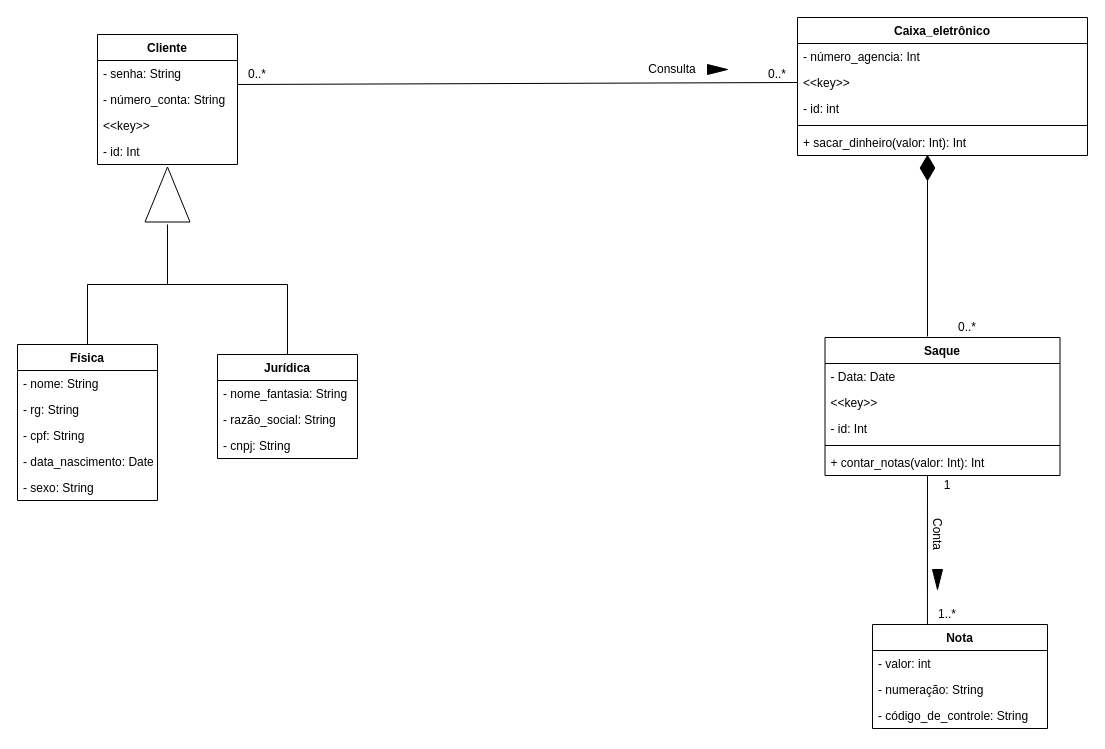
RafaIzu/desafio keeps this draw.io diagram as diagramas/diagrama_questao2.drawio. Above is the earlier version. Source tidied: cells renumbered, new cells numbered last; positions are measured from the earlier drawing's top-left corner, leaving out a move shared by most shapes. Both pictures are drawn from the tidied source at 100%, with x=0, y=0 at pixel (17, 17).
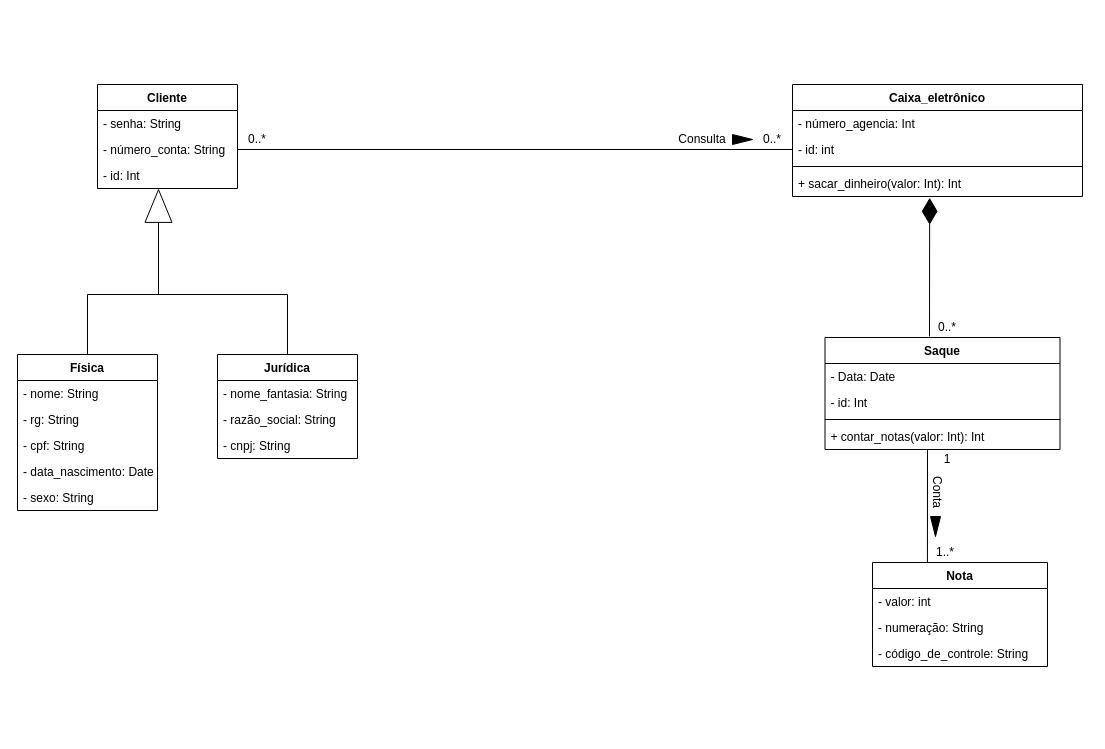
The same diagram, later.

Change to the diagram source:
```diff
@@
-    <mxCell id="2" style="triangle;whiteSpace=wrap;html=1;rotation=-90;" parent="1" vertex="1">
-      <mxGeometry x="122.5" y="154.5" width="55" height="45" as="geometry" />
-    </mxCell>
+    <mxCell id="50" style="endArrow=none;html=1;" parent="1" edge="1">
+      <mxGeometry relative="1" as="geometry">
+        <mxPoint x="70" y="277" as="sourcePoint" />
+        <mxPoint x="270" y="277" as="targetPoint" />
+      </mxGeometry>
+    </mxCell>
+    <mxCell id="11" value="Jurídica" style="swimlane;fontStyle=1;horizontal=1;startSize=26;fillColor=none;" parent="1" vertex="1">
+      <mxGeometry x="200" y="337" width="140" height="104" as="geometry" />
+    </mxCell>
+    <mxCell id="12" value="- nome_fantasia: String" style="text;strokeColor=none;fillColor=none;align=left;verticalAlign=top;spacingLeft=4;spacingRight=4;overflow=hidden;" parent="11" vertex="1">
+      <mxGeometry y="26" width="140" height="26" as="geometry" />
+    </mxCell>
+    <mxCell id="13" value="- razão_social: String" style="text;strokeColor=none;fillColor=none;align=left;verticalAlign=top;spacingLeft=4;spacingRight=4;overflow=hidden;" parent="11" vertex="1">
+      <mxGeometry y="52" width="140" height="26" as="geometry" />
+    </mxCell>
+    <mxCell id="14" value="- cnpj: String" style="text;strokeColor=none;fillColor=none;align=left;verticalAlign=top;spacingLeft=4;spacingRight=4;overflow=hidden;" parent="11" vertex="1">
+      <mxGeometry y="78" width="140" height="26" as="geometry" />
+    </mxCell>
+    <mxCell id="51" style="endArrow=none;html=1;exitX=0.5;exitY=0;exitDx=0;exitDy=0;" parent="1" edge="1" source="3">
+      <mxGeometry relative="1" as="geometry">
+        <mxPoint x="70" y="277" as="targetPoint" />
+      </mxGeometry>
+    </mxCell>
+    <mxCell id="52" style="endArrow=none;html=1;exitX=0.5;exitY=0;exitDx=0;exitDy=0;" parent="1" edge="1" source="11">
+      <mxGeometry relative="1" as="geometry">
+        <mxPoint x="270" y="277" as="targetPoint" />
+      </mxGeometry>
+    </mxCell>
+    <mxCell id="53" style="endArrow=none;html=1;entryX=0;entryY=0.5;entryDx=0;entryDy=0;exitX=1;exitY=0.5;exitDx=0;exitDy=0;" parent="1" edge="1" source="19">
+      <mxGeometry relative="1" as="geometry">
+        <mxPoint x="775" y="132" as="targetPoint" />
+      </mxGeometry>
+    </mxCell>
+    <mxCell id="54" value="0..*" style="text;html=1;strokeColor=none;fillColor=none;align=center;verticalAlign=middle;whiteSpace=wrap;rounded=0;" parent="1" vertex="1">
+      <mxGeometry x="220" y="112" width="40" height="20" as="geometry" />
+    </mxCell>
+    <mxCell id="55" value="0..*" style="text;html=1;strokeColor=none;fillColor=none;align=center;verticalAlign=middle;whiteSpace=wrap;rounded=0;" parent="1" vertex="1">
+      <mxGeometry x="735" y="112" width="40" height="20" as="geometry" />
+    </mxCell>
+    <mxCell id="56" style="triangle;whiteSpace=wrap;html=1;fillColor=#000000;" parent="1" vertex="1">
+      <mxGeometry x="715" y="117" width="20" height="10" as="geometry" />
+    </mxCell>
+    <mxCell id="32" value="Consulta" style="text;html=1;strokeColor=none;fillColor=none;align=center;verticalAlign=middle;whiteSpace=wrap;rounded=0;" parent="1" vertex="1">
+      <mxGeometry x="660" y="112" width="50" height="20" as="geometry" />
+    </mxCell>
+    <mxCell id="33" value="Saque" style="swimlane;fontStyle=1;align=center;verticalAlign=top;horizontal=1;startSize=26;fillColor=#FFFFFF;" parent="1" vertex="1">
+      <mxGeometry x="807.5" y="320" width="235" height="112" as="geometry" />
+    </mxCell>
+    <mxCell id="34" value="- Data: Date" style="text;strokeColor=none;fillColor=none;align=left;verticalAlign=top;spacingLeft=4;spacingRight=4;overflow=hidden;" parent="33" vertex="1">
+      <mxGeometry y="26" width="235" height="26" as="geometry" />
+    </mxCell>
+    <mxCell id="57" value="- id: Int" style="text;strokeColor=none;fillColor=none;align=left;verticalAlign=top;spacingLeft=4;spacingRight=4;overflow=hidden;" parent="33" vertex="1">
+      <mxGeometry y="52" width="235" height="26" as="geometry" />
+    </mxCell>
+    <mxCell id="58" style="line;strokeWidth=1;fillColor=none;align=left;verticalAlign=middle;spacingTop=-1;spacingLeft=3;spacingRight=3;labelPosition=right;" parent="33" vertex="1">
+      <mxGeometry y="78" width="235" height="8" as="geometry" />
+    </mxCell>
+    <mxCell id="38" value="+ contar_notas(valor: Int): Int" style="text;strokeColor=none;fillColor=none;align=left;verticalAlign=top;spacingLeft=4;spacingRight=4;overflow=hidden;" parent="33" vertex="1">
+      <mxGeometry y="86" width="235" height="26" as="geometry" />
+    </mxCell>
+    <mxCell id="59" style="endArrow=diamondThin;endFill=1;endSize=24;html=1;entryX=0.473;entryY=1.051;entryDx=0;entryDy=0;entryPerimeter=0;" parent="1" edge="1" target="27">
+      <mxGeometry relative="1" as="geometry">
+        <mxPoint x="912" y="319" as="sourcePoint" />
+      </mxGeometry>
+    </mxCell>
+    <mxCell id="60" value="0..*" style="text;html=1;strokeColor=none;fillColor=none;align=center;verticalAlign=middle;whiteSpace=wrap;rounded=0;" parent="1" vertex="1">
+      <mxGeometry x="910" y="300" width="40" height="20" as="geometry" />
+    </mxCell>
+    <mxCell id="41" style="endArrow=none;html=1;entryX=0;entryY=0;entryDx=0;entryDy=0;exitX=0.314;exitY=0;exitDx=0;exitDy=0;exitPerimeter=0;" parent="1" edge="1" source="44" target="43">
+      <mxGeometry relative="1" as="geometry" />
+    </mxCell>
+    <mxCell id="42" value="1..*" style="text;html=1;strokeColor=none;fillColor=none;align=center;verticalAlign=middle;whiteSpace=wrap;rounded=0;" parent="1" vertex="1">
+      <mxGeometry x="908" y="525" width="40" height="20" as="geometry" />
+    </mxCell>
+    <mxCell id="43" value="1" style="text;html=1;strokeColor=none;fillColor=none;align=center;verticalAlign=middle;whiteSpace=wrap;rounded=0;" parent="1" vertex="1">
+      <mxGeometry x="910" y="432" width="40" height="20" as="geometry" />
+    </mxCell>
+    <mxCell id="61" style="triangle;whiteSpace=wrap;html=1;fillColor=#000000;rotation=90;" parent="1" vertex="1">
+      <mxGeometry x="908" y="504" width="20" height="10" as="geometry" />
+    </mxCell>
+    <mxCell id="49" value="Conta" style="text;html=1;strokeColor=none;fillColor=none;align=center;verticalAlign=middle;whiteSpace=wrap;rounded=0;rotation=90;" parent="1" vertex="1">
+      <mxGeometry x="900" y="465" width="40" height="20" as="geometry" />
+    </mxCell>
+    <mxCell id="62" style="triangle;whiteSpace=wrap;html=1;rotation=-90;" parent="1" vertex="1">
+      <mxGeometry x="124.6" y="175" width="32.8" height="27" as="geometry" />
+    </mxCell>
+    <mxCell id="63" style="endArrow=none;html=1;" parent="1" edge="1" target="62">
+      <mxGeometry relative="1" as="geometry">
+        <mxPoint x="141" y="277" as="sourcePoint" />
+      </mxGeometry>
+    </mxCell>
+    <mxCell id="22" value="Caixa_eletrônico" style="swimlane;fontStyle=1;align=center;verticalAlign=top;horizontal=1;startSize=26;" parent="1" vertex="1">
+      <mxGeometry x="775" y="67" width="290" height="112" as="geometry" />
+    </mxCell>
+    <mxCell id="23" value="- número_agencia: Int" style="text;strokeColor=none;fillColor=none;align=left;verticalAlign=top;spacingLeft=4;spacingRight=4;overflow=hidden;" parent="22" vertex="1">
+      <mxGeometry y="26" width="290" height="26" as="geometry" />
+    </mxCell>
+    <mxCell id="25" value="- id: int" style="text;strokeColor=none;fillColor=none;align=left;verticalAlign=top;spacingLeft=4;spacingRight=4;overflow=hidden;" parent="22" vertex="1">
+      <mxGeometry y="52" width="290" height="26" as="geometry" />
+    </mxCell>
+    <mxCell id="64" style="line;strokeWidth=1;fillColor=none;align=left;verticalAlign=middle;spacingTop=-1;spacingLeft=3;spacingRight=3;labelPosition=right;" parent="22" vertex="1">
+      <mxGeometry y="78" width="290" height="8" as="geometry" />
+    </mxCell>
+    <mxCell id="27" value="+ sacar_dinheiro(valor: Int): Int" style="text;strokeColor=none;fillColor=none;align=left;verticalAlign=top;spacingLeft=4;spacingRight=4;overflow=hidden;points=[[0,0.5],[1,0.5]];portConstraint=eastwest;" parent="22" vertex="1">
+      <mxGeometry y="86" width="290" height="26" as="geometry" />
+    </mxCell>
+    <mxCell id="17" value="Cliente" style="swimlane;fontStyle=1;horizontal=1;startSize=26;fillColor=none;" parent="1" vertex="1">
+      <mxGeometry x="80" y="67" width="140" height="104" as="geometry" />
+    </mxCell>
+    <mxCell id="18" value="- senha: String" style="text;strokeColor=none;fillColor=none;align=left;verticalAlign=top;spacingLeft=4;spacingRight=4;overflow=hidden;" parent="17" vertex="1">
+      <mxGeometry y="26" width="140" height="26" as="geometry" />
+    </mxCell>
+    <mxCell id="19" value="- número_conta: String" style="text;strokeColor=none;fillColor=none;align=left;verticalAlign=top;spacingLeft=4;spacingRight=4;overflow=hidden;points=[[0,0.5],[1,0.5]];portConstraint=eastwest;" parent="17" vertex="1">
+      <mxGeometry y="52" width="140" height="26" as="geometry" />
+    </mxCell>
+    <mxCell id="65" value="- id: Int" style="text;strokeColor=none;fillColor=none;align=left;verticalAlign=top;spacingLeft=4;spacingRight=4;overflow=hidden;" parent="17" vertex="1">
+      <mxGeometry y="78" width="140" height="26" as="geometry" />
+    </mxCell>
     <mxCell id="3" value="Física" style="swimlane;fontStyle=1;horizontal=1;startSize=26;fillColor=none;" parent="1" vertex="1">
-      <mxGeometry y="327" width="140" height="156" as="geometry" />
+      <mxGeometry y="337" width="140" height="156" as="geometry" />
     </mxCell>
@@
-    <mxCell id="9" style="endArrow=none;html=1;" parent="1" edge="1">
-      <mxGeometry relative="1" as="geometry">
-        <mxPoint x="150" y="267" as="sourcePoint" />
-        <mxPoint x="150" y="207" as="targetPoint" />
-      </mxGeometry>
-    </mxCell>
-    <mxCell id="10" style="endArrow=none;html=1;" parent="1" edge="1">
-      <mxGeometry relative="1" as="geometry">
-        <mxPoint x="70" y="267" as="sourcePoint" />
-        <mxPoint x="270" y="267" as="targetPoint" />
-      </mxGeometry>
-    </mxCell>
-    <mxCell id="11" value="Jurídica" style="swimlane;fontStyle=1;horizontal=1;startSize=26;fillColor=none;" parent="1" vertex="1">
-      <mxGeometry x="200" y="337" width="140" height="104" as="geometry" />
-    </mxCell>
-    <mxCell id="12" value="- nome_fantasia: String" style="text;strokeColor=none;fillColor=none;align=left;verticalAlign=top;spacingLeft=4;spacingRight=4;overflow=hidden;" parent="11" vertex="1">
-      <mxGeometry y="26" width="140" height="26" as="geometry" />
-    </mxCell>
-    <mxCell id="13" value="- razão_social: String" style="text;strokeColor=none;fillColor=none;align=left;verticalAlign=top;spacingLeft=4;spacingRight=4;overflow=hidden;" parent="11" vertex="1">
-      <mxGeometry y="52" width="140" height="26" as="geometry" />
-    </mxCell>
-    <mxCell id="14" value="- cnpj: String" style="text;strokeColor=none;fillColor=none;align=left;verticalAlign=top;spacingLeft=4;spacingRight=4;overflow=hidden;" parent="11" vertex="1">
-      <mxGeometry y="78" width="140" height="26" as="geometry" />
-    </mxCell>
-    <mxCell id="15" style="endArrow=none;html=1;exitX=0.5;exitY=0;exitDx=0;exitDy=0;" parent="1" edge="1" source="3">
-      <mxGeometry relative="1" as="geometry">
-        <mxPoint x="70" y="267" as="targetPoint" />
-      </mxGeometry>
-    </mxCell>
-    <mxCell id="16" style="endArrow=none;html=1;exitX=0.5;exitY=0;exitDx=0;exitDy=0;" parent="1" edge="1" source="11">
-      <mxGeometry relative="1" as="geometry">
-        <mxPoint x="270" y="267" as="targetPoint" />
-      </mxGeometry>
-    </mxCell>
-    <mxCell id="17" value="Cliente" style="swimlane;fontStyle=1;horizontal=1;startSize=26;fillColor=none;" parent="1" vertex="1">
-      <mxGeometry x="80" y="17" width="140" height="130" as="geometry" />
-    </mxCell>
-    <mxCell id="18" value="- senha: String" style="text;strokeColor=none;fillColor=none;align=left;verticalAlign=top;spacingLeft=4;spacingRight=4;overflow=hidden;" parent="17" vertex="1">
-      <mxGeometry y="26" width="140" height="26" as="geometry" />
-    </mxCell>
-    <mxCell id="19" value="- número_conta: String" style="text;strokeColor=none;fillColor=none;align=left;verticalAlign=top;spacingLeft=4;spacingRight=4;overflow=hidden;points=[[0,0.5],[1,0.5]];portConstraint=eastwest;" parent="17" vertex="1">
-      <mxGeometry y="52" width="140" height="26" as="geometry" />
-    </mxCell>
-    <mxCell id="20" value="&lt;&lt;key&gt;&gt;" style="text;strokeColor=none;fillColor=none;align=left;verticalAlign=top;spacingLeft=4;spacingRight=4;overflow=hidden;" parent="17" vertex="1">
-      <mxGeometry y="78" width="140" height="26" as="geometry" />
-    </mxCell>
-    <mxCell id="21" value="- id: Int" style="text;strokeColor=none;fillColor=none;align=left;verticalAlign=top;spacingLeft=4;spacingRight=4;overflow=hidden;" parent="17" vertex="1">
-      <mxGeometry y="104" width="140" height="26" as="geometry" />
-    </mxCell>
-    <mxCell id="22" value="Caixa_eletrônico" style="swimlane;fontStyle=1;align=center;verticalAlign=top;horizontal=1;startSize=26;" parent="1" vertex="1">
-      <mxGeometry x="780" width="290" height="138" as="geometry" />
-    </mxCell>
-    <mxCell id="23" value="- número_agencia: Int" style="text;strokeColor=none;fillColor=none;align=left;verticalAlign=top;spacingLeft=4;spacingRight=4;overflow=hidden;" parent="22" vertex="1">
-      <mxGeometry y="26" width="290" height="26" as="geometry" />
-    </mxCell>
-    <mxCell id="24" value="&lt;&lt;key&gt;&gt;" style="text;strokeColor=none;fillColor=none;align=left;verticalAlign=top;spacingLeft=4;spacingRight=4;overflow=hidden;points=[[0,0.5],[1,0.5]];portConstraint=eastwest;" parent="22" vertex="1">
-      <mxGeometry y="52" width="290" height="26" as="geometry" />
-    </mxCell>
-    <mxCell id="25" value="- id: int" style="text;strokeColor=none;fillColor=none;align=left;verticalAlign=top;spacingLeft=4;spacingRight=4;overflow=hidden;" parent="22" vertex="1">
-      <mxGeometry y="78" width="290" height="26" as="geometry" />
-    </mxCell>
-    <mxCell id="26" style="line;strokeWidth=1;fillColor=none;align=left;verticalAlign=middle;spacingTop=-1;spacingLeft=3;spacingRight=3;labelPosition=right;" parent="22" vertex="1">
-      <mxGeometry y="104" width="290" height="8" as="geometry" />
-    </mxCell>
-    <mxCell id="27" value="+ sacar_dinheiro(valor: Int): Int" style="text;strokeColor=none;fillColor=none;align=left;verticalAlign=top;spacingLeft=4;spacingRight=4;overflow=hidden;points=[[0,0.5],[1,0.5]];portConstraint=eastwest;" parent="22" vertex="1">
-      <mxGeometry y="112" width="290" height="26" as="geometry" />
-    </mxCell>
-    <mxCell id="28" style="endArrow=none;html=1;entryX=0;entryY=0.5;entryDx=0;entryDy=0;exitX=0;exitY=1;exitDx=0;exitDy=0;" parent="1" edge="1" source="29" target="24">
-      <mxGeometry relative="1" as="geometry" />
-    </mxCell>
-    <mxCell id="29" value="0..*" style="text;html=1;strokeColor=none;fillColor=none;align=center;verticalAlign=middle;whiteSpace=wrap;rounded=0;" parent="1" vertex="1">
-      <mxGeometry x="220" y="47" width="40" height="20" as="geometry" />
-    </mxCell>
-    <mxCell id="30" value="0..*" style="text;html=1;strokeColor=none;fillColor=none;align=center;verticalAlign=middle;whiteSpace=wrap;rounded=0;" parent="1" vertex="1">
-      <mxGeometry x="740" y="47" width="40" height="20" as="geometry" />
-    </mxCell>
-    <mxCell id="31" style="triangle;whiteSpace=wrap;html=1;fillColor=#000000;" parent="1" vertex="1">
-      <mxGeometry x="690" y="47" width="20" height="10" as="geometry" />
-    </mxCell>
-    <mxCell id="32" value="Consulta" style="text;html=1;strokeColor=none;fillColor=none;align=center;verticalAlign=middle;whiteSpace=wrap;rounded=0;" parent="1" vertex="1">
-      <mxGeometry x="630" y="42" width="50" height="20" as="geometry" />
-    </mxCell>
-    <mxCell id="33" value="Saque" style="swimlane;fontStyle=1;align=center;verticalAlign=top;horizontal=1;startSize=26;fillColor=#FFFFFF;" parent="1" vertex="1">
-      <mxGeometry x="807.5" y="320" width="235" height="138" as="geometry" />
-    </mxCell>
-    <mxCell id="34" value="- Data: Date" style="text;strokeColor=none;fillColor=none;align=left;verticalAlign=top;spacingLeft=4;spacingRight=4;overflow=hidden;" parent="33" vertex="1">
-      <mxGeometry y="26" width="235" height="26" as="geometry" />
-    </mxCell>
-    <mxCell id="35" value="&lt;&lt;key&gt;&gt;" style="text;strokeColor=none;fillColor=none;align=left;verticalAlign=top;spacingLeft=4;spacingRight=4;overflow=hidden;" parent="33" vertex="1">
-      <mxGeometry y="52" width="235" height="26" as="geometry" />
-    </mxCell>
-    <mxCell id="36" value="- id: Int" style="text;strokeColor=none;fillColor=none;align=left;verticalAlign=top;spacingLeft=4;spacingRight=4;overflow=hidden;" parent="33" vertex="1">
-      <mxGeometry y="78" width="235" height="26" as="geometry" />
-    </mxCell>
-    <mxCell id="37" style="line;strokeWidth=1;fillColor=none;align=left;verticalAlign=middle;spacingTop=-1;spacingLeft=3;spacingRight=3;labelPosition=right;" parent="33" vertex="1">
-      <mxGeometry y="104" width="235" height="8" as="geometry" />
-    </mxCell>
-    <mxCell id="38" value="+ contar_notas(valor: Int): Int" style="text;strokeColor=none;fillColor=none;align=left;verticalAlign=top;spacingLeft=4;spacingRight=4;overflow=hidden;" parent="33" vertex="1">
-      <mxGeometry y="112" width="235" height="26" as="geometry" />
-    </mxCell>
-    <mxCell id="39" style="endArrow=diamondThin;endFill=1;endSize=24;html=1;" parent="1" edge="1">
-      <mxGeometry relative="1" as="geometry">
-        <mxPoint x="910" y="319" as="sourcePoint" />
-        <mxPoint x="910" y="137" as="targetPoint" />
-      </mxGeometry>
-    </mxCell>
-    <mxCell id="40" value="0..*" style="text;html=1;strokeColor=none;fillColor=none;align=center;verticalAlign=middle;whiteSpace=wrap;rounded=0;" parent="1" vertex="1">
-      <mxGeometry x="930" y="300" width="40" height="20" as="geometry" />
-    </mxCell>
-    <mxCell id="41" style="endArrow=none;html=1;entryX=0;entryY=0;entryDx=0;entryDy=0;exitX=0.314;exitY=0;exitDx=0;exitDy=0;exitPerimeter=0;" parent="1" edge="1" source="44" target="43">
-      <mxGeometry relative="1" as="geometry" />
-    </mxCell>
-    <mxCell id="42" value="1..*" style="text;html=1;strokeColor=none;fillColor=none;align=center;verticalAlign=middle;whiteSpace=wrap;rounded=0;" parent="1" vertex="1">
-      <mxGeometry x="910" y="587" width="40" height="20" as="geometry" />
-    </mxCell>
-    <mxCell id="43" value="1" style="text;html=1;strokeColor=none;fillColor=none;align=center;verticalAlign=middle;whiteSpace=wrap;rounded=0;" parent="1" vertex="1">
-      <mxGeometry x="910" y="458" width="40" height="20" as="geometry" />
-    </mxCell>
     <mxCell id="44" value="Nota" style="swimlane;fontStyle=1;horizontal=1;startSize=26;fillColor=none;" parent="1" vertex="1">
-      <mxGeometry x="855" y="607" width="175" height="104" as="geometry" />
+      <mxGeometry x="855" y="545" width="175" height="104" as="geometry" />
     </mxCell>
@@
-    <mxCell id="48" style="triangle;whiteSpace=wrap;html=1;fillColor=#000000;rotation=90;" parent="1" vertex="1">
-      <mxGeometry x="910" y="557" width="20" height="10" as="geometry" />
-    </mxCell>
-    <mxCell id="49" value="Conta" style="text;html=1;strokeColor=none;fillColor=none;align=center;verticalAlign=middle;whiteSpace=wrap;rounded=0;rotation=90;" parent="1" vertex="1">
-      <mxGeometry x="900" y="507" width="40" height="20" as="geometry" />
-    </mxCell>
```
